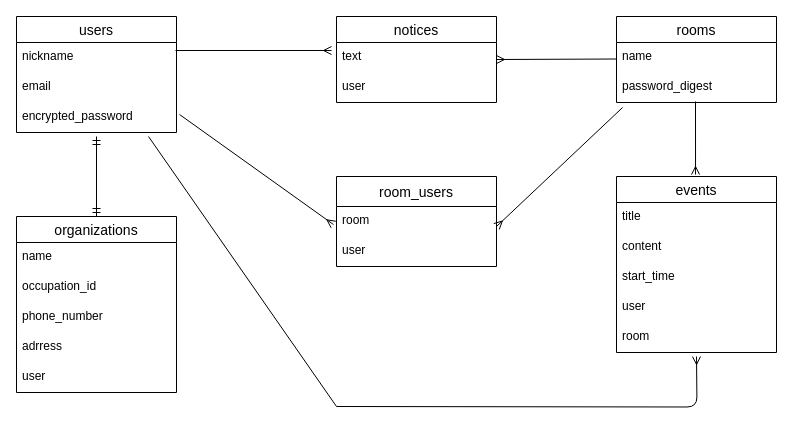
This is process.dio from yamazaki-shugo/process_app, a draw.io file, before an edit. Source tidied: cells renumbered, new cells numbered last; positions are measured from the earlier drawing's top-left corner, leaving out a move shared by most shapes. Both pictures are drawn from the tidied source at 100%, with x=0, y=0 at pixel (16, 16).
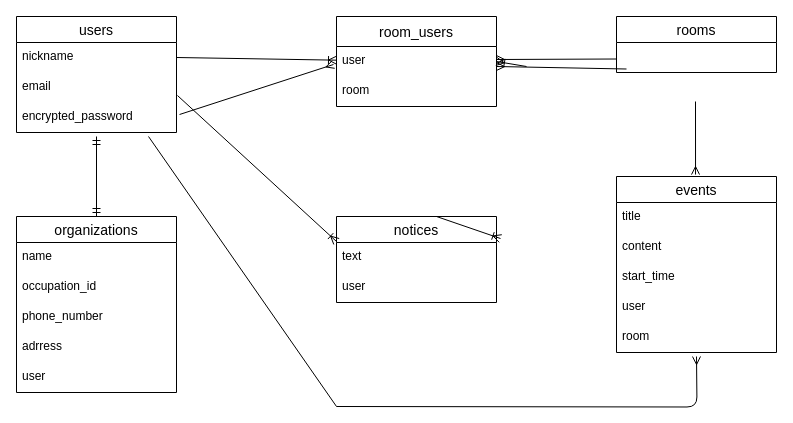
The same page after the edit.

The change refers to these unchanged cells:
```xml
<mxCell id="3" value="nickname" style="text;strokeColor=none;fillColor=none;spacingLeft=4;spacingRight=4;overflow=hidden;points=[[0,0.5],[1,0.5]];portConstraint=eastwest;fontSize=12;" parent="2" vertex="1">
  <mxGeometry y="26" width="160" height="30" as="geometry" />
</mxCell>
<mxCell id="4" value="email" style="text;strokeColor=none;fillColor=none;spacingLeft=4;spacingRight=4;overflow=hidden;points=[[0,0.5],[1,0.5]];portConstraint=eastwest;fontSize=12;" parent="2" vertex="1">
  <mxGeometry y="56" width="160" height="30" as="geometry" />
</mxCell>
<mxCell id="5" value="encrypted_password" style="text;strokeColor=none;fillColor=none;spacingLeft=4;spacingRight=4;overflow=hidden;points=[[0,0.5],[1,0.5]];portConstraint=eastwest;fontSize=12;" parent="2" vertex="1">
  <mxGeometry y="86" width="160" height="30" as="geometry" />
</mxCell>
<mxCell id="14" value="text" style="text;strokeColor=none;fillColor=none;spacingLeft=4;spacingRight=4;overflow=hidden;points=[[0,0.5],[1,0.5]];portConstraint=eastwest;fontSize=12;" parent="13" vertex="1">
  <mxGeometry y="26" width="160" height="30" as="geometry" />
</mxCell>
```

Diff of the diagram source:
```diff
@@
+    <mxCell id="29" value="rooms" style="swimlane;fontStyle=0;horizontal=1;startSize=26;align=center;fontSize=14;" parent="1" vertex="1">
+      <mxGeometry x="600" width="160" height="56" as="geometry" />
+    </mxCell>
+    <mxCell id="32" style="fontSize=12;html=1;endArrow=none;startArrow=ERmany;entryX=-0.031;entryY=0.267;entryDx=0;entryDy=0;entryPerimeter=0;startFill=0;endFill=0;" parent="1" edge="1">
+      <mxGeometry relative="1" as="geometry">
+        <mxPoint x="480" y="43" as="sourcePoint" />
+        <mxPoint x="600" y="42.5" as="targetPoint" />
+      </mxGeometry>
+    </mxCell>
+    <mxCell id="33" style="fontSize=12;html=1;endArrow=none;startArrow=ERmany;entryX=0.038;entryY=1.167;entryDx=0;entryDy=0;entryPerimeter=0;startFill=0;endFill=0;exitX=1;exitY=0.667;exitDx=0;exitDy=0;exitPerimeter=0;" parent="1" edge="1" source="27">
+      <mxGeometry relative="1" as="geometry">
+        <mxPoint x="610" y="52.5" as="targetPoint" />
+      </mxGeometry>
+    </mxCell>
+    <mxCell id="34" style="fontSize=12;html=1;endArrow=ERmany;startArrow=none;exitX=1.019;exitY=0.4;exitDx=0;exitDy=0;exitPerimeter=0;entryX=-0.019;entryY=0.6;entryDx=0;entryDy=0;entryPerimeter=0;startFill=0;endFill=0;" parent="1" edge="1" source="5" target="27">
+      <mxGeometry relative="1" as="geometry" />
+    </mxCell>
     <mxCell id="13" value="notices" style="swimlane;fontStyle=0;horizontal=1;startSize=26;align=center;fontSize=14;" parent="1" vertex="1">
-      <mxGeometry x="320" width="160" height="86" as="geometry" />
+      <mxGeometry x="320" y="200" width="160" height="86" as="geometry" />
     </mxCell>
@@
-    <mxCell id="16" style="fontSize=12;html=1;endArrow=ERmany;startArrow=none;exitX=0.994;exitY=0.267;exitDx=0;exitDy=0;exitPerimeter=0;entryX=-0.031;entryY=0.267;entryDx=0;entryDy=0;entryPerimeter=0;startFill=0;endFill=0;" parent="1" edge="1" source="3" target="14">
+    <mxCell id="16" style="fontSize=12;html=1;endArrow=ERoneToMany;exitX=1;exitY=0.5;exitDx=0;exitDy=0;" parent="1" edge="1" source="3" target="27">
       <mxGeometry relative="1" as="geometry" />
     </mxCell>
@@
     <mxCell id="26" value="room_users" style="swimlane;fontStyle=0;horizontal=1;startSize=30;align=center;fontSize=14;" parent="1" vertex="1">
-      <mxGeometry x="320" y="160" width="160" height="90" as="geometry" />
+      <mxGeometry x="320" width="160" height="90" as="geometry" />
     </mxCell>
-    <mxCell id="27" value="room" style="text;strokeColor=none;fillColor=none;spacingLeft=4;spacingRight=4;overflow=hidden;points=[[0,0.5],[1,0.5]];portConstraint=eastwest;fontSize=12;" parent="26" vertex="1">
+    <mxCell id="27" value="user" style="text;strokeColor=none;fillColor=none;spacingLeft=4;spacingRight=4;overflow=hidden;points=[[0,0.5],[1,0.5]];portConstraint=eastwest;fontSize=12;" parent="26" vertex="1">
       <mxGeometry y="30" width="160" height="30" as="geometry" />
     </mxCell>
-    <mxCell id="28" value="user" style="text;strokeColor=none;fillColor=none;spacingLeft=4;spacingRight=4;overflow=hidden;fontSize=12;" parent="26" vertex="1">
+    <mxCell id="28" value="room" style="text;strokeColor=none;fillColor=none;spacingLeft=4;spacingRight=4;overflow=hidden;fontSize=12;" parent="26" vertex="1">
       <mxGeometry y="60" width="160" height="30" as="geometry" />
     </mxCell>
-    <mxCell id="29" value="rooms" style="swimlane;fontStyle=0;horizontal=1;startSize=26;align=center;fontSize=14;" parent="1" vertex="1">
-      <mxGeometry x="600" width="160" height="86" as="geometry" />
-    </mxCell>
-    <mxCell id="30" value="name" style="text;strokeColor=none;fillColor=none;spacingLeft=4;spacingRight=4;overflow=hidden;fontSize=12;" parent="29" vertex="1">
-      <mxGeometry y="26" width="160" height="30" as="geometry" />
-    </mxCell>
-    <mxCell id="31" value="password_digest" style="text;strokeColor=none;fillColor=none;spacingLeft=4;spacingRight=4;overflow=hidden;points=[[0,0.5],[1,0.5]];portConstraint=eastwest;fontSize=12;" parent="29" vertex="1">
-      <mxGeometry y="56" width="160" height="30" as="geometry" />
-    </mxCell>
-    <mxCell id="32" style="fontSize=12;html=1;endArrow=none;startArrow=ERmany;entryX=-0.031;entryY=0.267;entryDx=0;entryDy=0;entryPerimeter=0;startFill=0;endFill=0;" parent="1" edge="1">
-      <mxGeometry relative="1" as="geometry">
-        <mxPoint x="480" y="43" as="sourcePoint" />
-        <mxPoint x="600" y="42.5" as="targetPoint" />
-      </mxGeometry>
-    </mxCell>
-    <mxCell id="33" style="fontSize=12;html=1;endArrow=none;startArrow=ERmany;entryX=0.038;entryY=1.167;entryDx=0;entryDy=0;entryPerimeter=0;startFill=0;endFill=0;exitX=1;exitY=0.667;exitDx=0;exitDy=0;exitPerimeter=0;" parent="1" edge="1" source="27" target="31">
-      <mxGeometry relative="1" as="geometry" />
-    </mxCell>
-    <mxCell id="34" style="fontSize=12;html=1;endArrow=ERmany;startArrow=none;exitX=1.019;exitY=0.4;exitDx=0;exitDy=0;exitPerimeter=0;entryX=-0.019;entryY=0.6;entryDx=0;entryDy=0;entryPerimeter=0;startFill=0;endFill=0;" parent="1" edge="1" source="5" target="27">
-      <mxGeometry relative="1" as="geometry" />
-    </mxCell>
+    <mxCell id="35" style="fontSize=12;html=1;endArrow=none;endFill=0;startArrow=ERoneToMany;startFill=0;entryX=0;entryY=0.5;entryDx=0;entryDy=0;exitX=1;exitY=0.5;exitDx=0;exitDy=0;" parent="1" edge="1" source="27">
+      <mxGeometry relative="1" as="geometry">
+        <mxPoint x="510" y="50" as="targetPoint" />
+      </mxGeometry>
+    </mxCell>
+    <mxCell id="36" style="fontSize=12;html=1;endArrow=ERoneToMany;exitX=1.006;exitY=0.767;exitDx=0;exitDy=0;exitPerimeter=0;entryX=0;entryY=-0.033;entryDx=0;entryDy=0;entryPerimeter=0;" parent="1" edge="1" source="4" target="14">
+      <mxGeometry relative="1" as="geometry" />
+    </mxCell>
+    <mxCell id="37" style="fontSize=12;html=1;endArrow=none;entryX=0.069;entryY=1.1;entryDx=0;entryDy=0;entryPerimeter=0;exitX=1.025;exitY=-0.133;exitDx=0;exitDy=0;exitPerimeter=0;startArrow=ERoneToMany;startFill=0;endFill=0;" parent="1" edge="1" source="14">
+      <mxGeometry relative="1" as="geometry">
+        <mxPoint x="420" y="200" as="targetPoint" />
+      </mxGeometry>
+    </mxCell>
```
